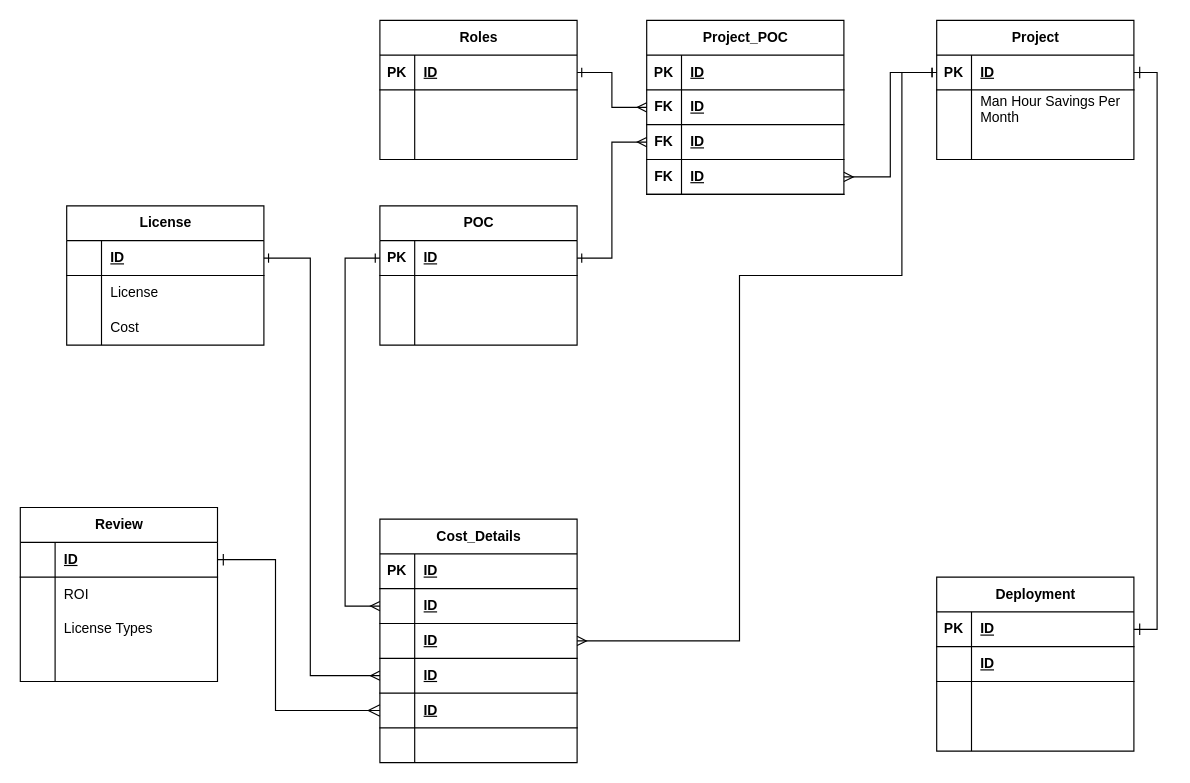
The draw.io diagram page "Option-3y" (2 of 3) of erd-projint-01.drawio in josjreyes/ProjectIntake, before the edit. Source tidied: cells renumbered, new cells numbered last; positions are measured from the earlier drawing's top-left corner, leaving out a move shared by most shapes. Both pictures are drawn from the tidied source at 116%, with x=0, y=0 at pixel (20, 20).
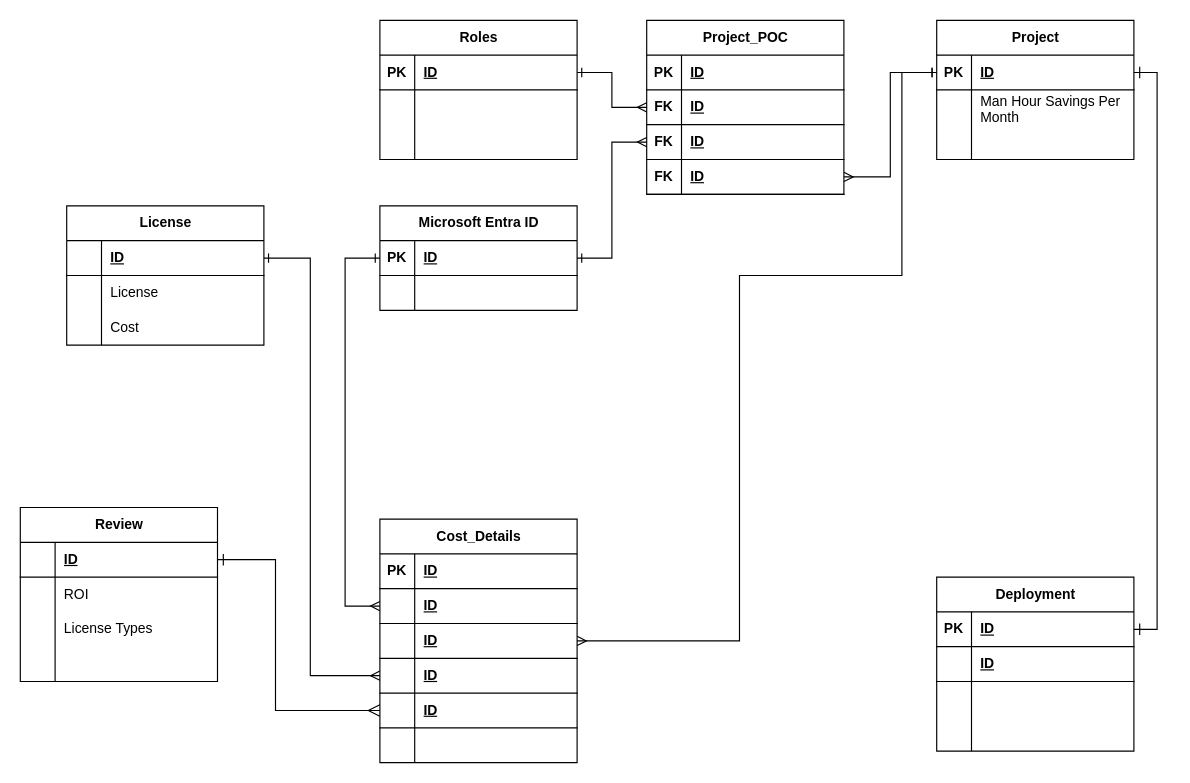
After the change.

Change to the diagram source:
```diff
@@
-    <mxCell id="41" value="POC" style="shape=table;startSize=30;childLayout=tableLayout;rowLines=0;fontStyle=1;align=center;html=1;" parent="1" vertex="1">
-      <mxGeometry x="310" y="160" width="170" height="120" as="geometry" />
+    <mxCell id="41" value="Microsoft Entra ID" style="shape=table;startSize=30;childLayout=tableLayout;rowLines=0;fontStyle=1;align=center;html=1;" parent="1" vertex="1">
+      <mxGeometry x="310" y="160" width="170" height="90" as="geometry" />
     </mxCell>
@@
-    <mxCell id="45" style="shape=tableRow;horizontal=0;startSize=0;swimlaneHead=0;swimlaneBody=0;fillColor=none;top=0;left=0;right=0;bottom=0;" parent="41" vertex="1">
-      <mxGeometry y="60" width="170" height="30" as="geometry" />
-    </mxCell>
-    <mxCell id="46" style="shape=partialRectangle;fillColor=none;top=0;left=0;bottom=0;right=0;overflow=hidden;whiteSpace=wrap;html=1;" parent="45" vertex="1">
-      <mxGeometry width="30" height="30" as="geometry" />
-    </mxCell>
-    <mxCell id="47" style="shape=partialRectangle;fillColor=none;top=0;left=0;bottom=0;right=0;align=left;spacingLeft=6;overflow=hidden;whiteSpace=wrap;html=1;" parent="45" vertex="1">
-      <mxGeometry x="30" width="140" height="30" as="geometry" />
-    </mxCell>
     <mxCell id="48" style="shape=tableRow;horizontal=0;startSize=0;swimlaneHead=0;swimlaneBody=0;fillColor=none;top=0;left=0;right=0;bottom=0;" parent="41" vertex="1">
-      <mxGeometry y="90" width="170" height="30" as="geometry" />
+      <mxGeometry y="60" width="170" height="30" as="geometry" />
     </mxCell>
```
